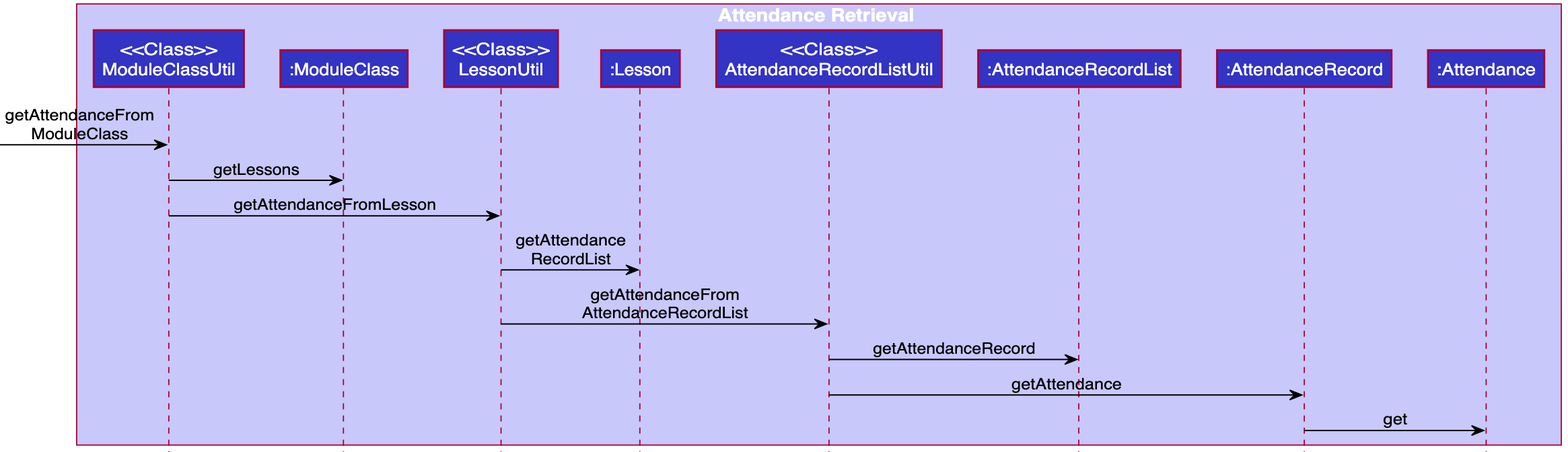
This is docs/images/AttendanceRetrievalSequenceDiagram.png from ypinhsuan/tp, a PlantUML export, as it was before one commit. Its source is kept beside it as docs/diagrams/AttendanceRetrievalSequenceDiagram.puml.
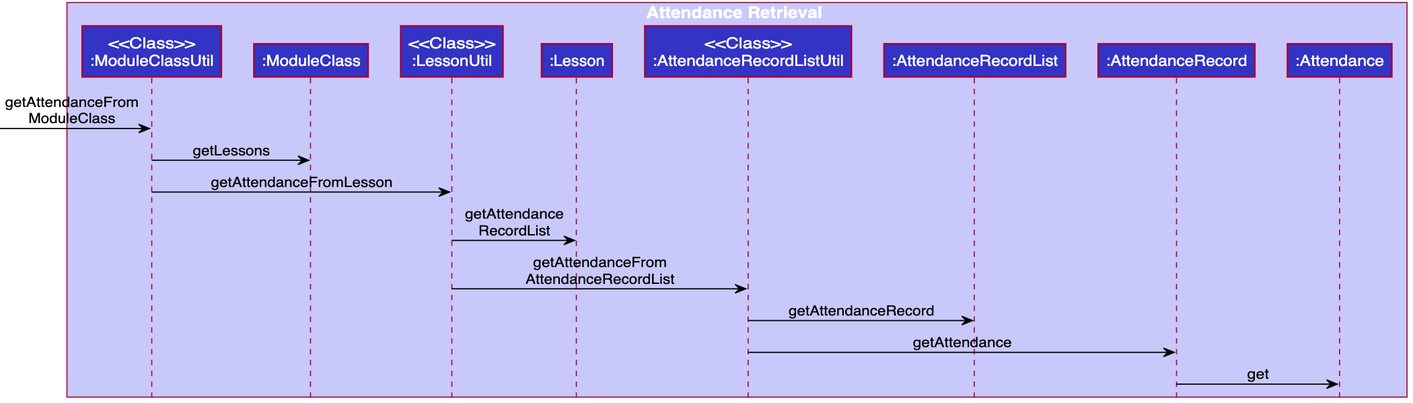
Above is the later version.

Change to the diagram source:
```diff
@@ -6,11 +6,11 @@
 skinparam fontColor black
 
 box Attendance Retrieval LOGIC_COLOR_T1
-participant "<<Class>>\nModuleClassUtil" as ModuleClassUtil LOGIC_COLOR
+participant "<<Class>>\n:ModuleClassUtil" as ModuleClassUtil LOGIC_COLOR
 participant ":ModuleClass" as ModuleClass LOGIC_COLOR
-participant "<<Class>>\nLessonUtil" as LessonUtil LOGIC_COLOR
+participant "<<Class>>\n:LessonUtil" as LessonUtil LOGIC_COLOR
 participant ":Lesson" as Lesson LOGIC_COLOR
-participant "<<Class>>\nAttendanceRecordListUtil" as AttendanceRecordListUtil LOGIC_COLOR
+participant "<<Class>>\n:AttendanceRecordListUtil" as AttendanceRecordListUtil LOGIC_COLOR
 participant ":AttendanceRecordList" as AttendanceRecordList LOGIC_COLOR
 participant ":AttendanceRecord" as AttendanceRecord LOGIC_COLOR
 participant ":Attendance" as Attendance LOGIC_COLOR
```
